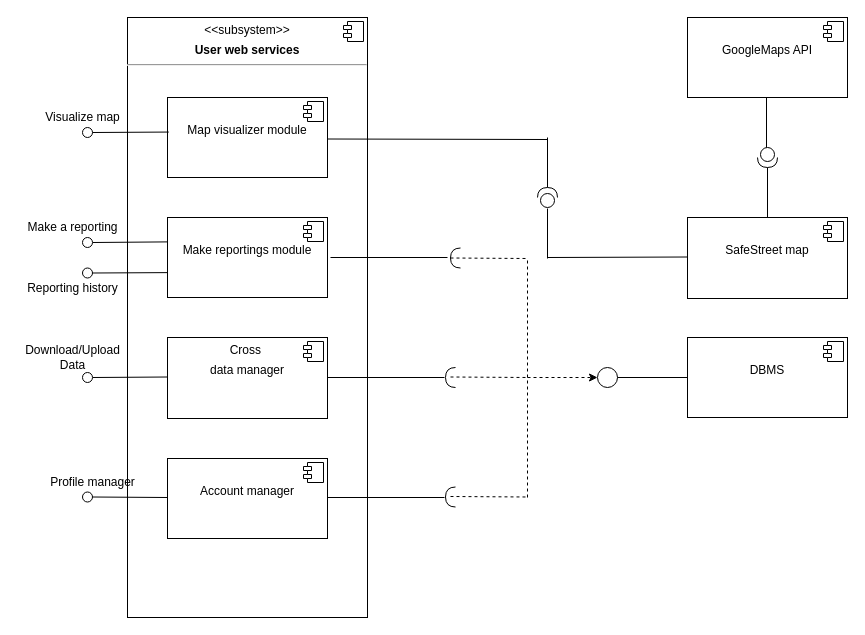
The draw.io diagram page "Page-2" (2 of 2) of DD diagrams/drawio files/componentDiagrams(section2.3).drawio in AmeCarr/CarrioliCeruti, before the edit. Source tidied: cells renumbered, new cells numbered last; positions are measured from the earlier drawing's top-left corner, leaving out a move shared by most shapes. Both pictures are drawn from the tidied source at 100%, with x=0, y=0 at pixel (17, 17).
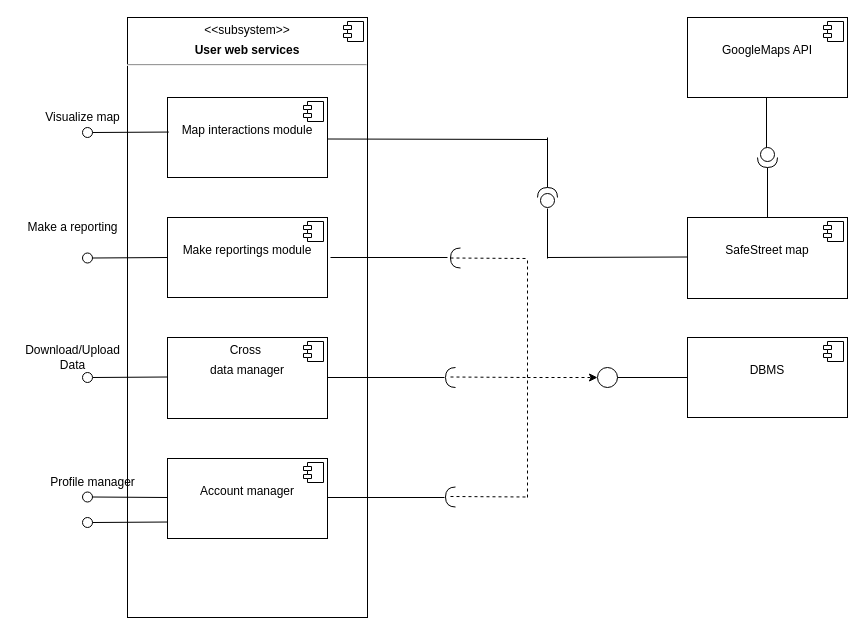
The same diagram, later.

The change refers to these unchanged cells:
```xml
<mxCell id="2" value="&lt;p style=&quot;margin: 0px ; margin-top: 6px ; text-align: center&quot;&gt;&amp;lt;&amp;lt;subsystem&amp;gt;&amp;gt;&lt;/p&gt;&lt;p style=&quot;margin: 0px ; margin-top: 6px ; text-align: center&quot;&gt;&lt;b&gt;User web services&lt;/b&gt;&lt;/p&gt;&lt;hr&gt;&lt;p style=&quot;margin: 0px ; margin-left: 8px&quot;&gt;&lt;br&gt;&lt;/p&gt;" style="align=left;overflow=fill;html=1;" parent="1" vertex="1">
  <mxGeometry x="110" width="240" height="600" as="geometry" />
</mxCell>
<mxCell id="6" value="&lt;p style=&quot;margin: 6px 0px 0px&quot;&gt;&lt;br&gt;&lt;/p&gt;&lt;p style=&quot;margin: 6px 0px 0px&quot;&gt;Make reportings module&lt;/p&gt;" style="align=center;overflow=fill;html=1;" parent="2" vertex="1">
  <mxGeometry x="40" y="200" width="160" height="80" as="geometry" />
</mxCell>
<mxCell id="10" value="&lt;p style=&quot;margin: 6px 0px 0px&quot;&gt;&lt;br&gt;&lt;/p&gt;&lt;p style=&quot;margin: 6px 0px 0px&quot;&gt;Account manager&lt;/p&gt;" style="align=center;overflow=fill;html=1;" parent="2" vertex="1">
  <mxGeometry x="40" y="441" width="160" height="80" as="geometry" />
</mxCell>
```

Change to the diagram source:
```diff
@@
-    <mxCell id="4" value="&lt;p style=&quot;margin: 6px 0px 0px&quot;&gt;&lt;br&gt;&lt;/p&gt;&lt;p style=&quot;margin: 6px 0px 0px&quot;&gt;&lt;span&gt;Map visualizer module&lt;/span&gt;&lt;br&gt;&lt;/p&gt;&lt;p style=&quot;margin: 6px 0px 0px&quot;&gt;&lt;br&gt;&lt;/p&gt;" style="align=center;overflow=fill;html=1;" parent="2" vertex="1">
+    <mxCell id="4" value="&lt;p style=&quot;margin: 6px 0px 0px&quot;&gt;&lt;br&gt;&lt;/p&gt;&lt;p style=&quot;margin: 6px 0px 0px&quot;&gt;&lt;span&gt;Map interactions module&lt;/span&gt;&lt;br&gt;&lt;/p&gt;&lt;p style=&quot;margin: 6px 0px 0px&quot;&gt;&lt;br&gt;&lt;/p&gt;" style="align=center;overflow=fill;html=1;" parent="2" vertex="1">
       <mxGeometry x="40" y="80" width="160" height="80" as="geometry" />
     </mxCell>
@@
-    <mxCell id="41" style="ellipse;whiteSpace=wrap;html=1;" parent="1" vertex="1">
-      <mxGeometry x="65" y="250.5" width="10" height="10" as="geometry" />
-    </mxCell>
-    <mxCell id="42" style="endArrow=none;html=1;strokeColor=#000000;exitX=-0.002;exitY=0.305;exitDx=0;exitDy=0;exitPerimeter=0;" parent="1" edge="1" source="6" target="43">
+    <mxCell id="42" style="endArrow=none;html=1;strokeColor=#000000;exitX=0;exitY=0.5;exitDx=0;exitDy=0;" parent="1" edge="1" source="6" target="43">
       <mxGeometry relative="1" as="geometry" />
     </mxCell>
     <mxCell id="43" style="ellipse;whiteSpace=wrap;html=1;" parent="1" vertex="1">
-      <mxGeometry x="65" y="220" width="10" height="10" as="geometry" />
+      <mxGeometry x="65" y="235.5" width="10" height="10" as="geometry" />
     </mxCell>
-    <mxCell id="44" style="endArrow=none;html=1;strokeColor=#000000;exitX=1;exitY=0.5;exitDx=0;exitDy=0;entryX=0.002;entryY=0.689;entryDx=0;entryDy=0;entryPerimeter=0;" parent="1" edge="1" source="41" target="6">
-      <mxGeometry relative="1" as="geometry" />
-    </mxCell>
@@
-    <mxCell id="50" value="Reporting history&lt;br&gt;" style="text;html=1;align=center;verticalAlign=middle;" parent="1" vertex="1">
-      <mxGeometry y="260.5" width="110" height="20" as="geometry" />
-    </mxCell>
@@
+    <mxCell id="54" style="ellipse;whiteSpace=wrap;html=1;" parent="1" vertex="1">
+      <mxGeometry x="65" y="500" width="10" height="10" as="geometry" />
+    </mxCell>
+    <mxCell id="55" style="endArrow=none;html=1;strokeColor=#000000;exitX=1;exitY=0.5;exitDx=0;exitDy=0;entryX=0.002;entryY=0.794;entryDx=0;entryDy=0;entryPerimeter=0;" parent="1" edge="1" source="54" target="10">
+      <mxGeometry relative="1" as="geometry" />
+    </mxCell>
```
